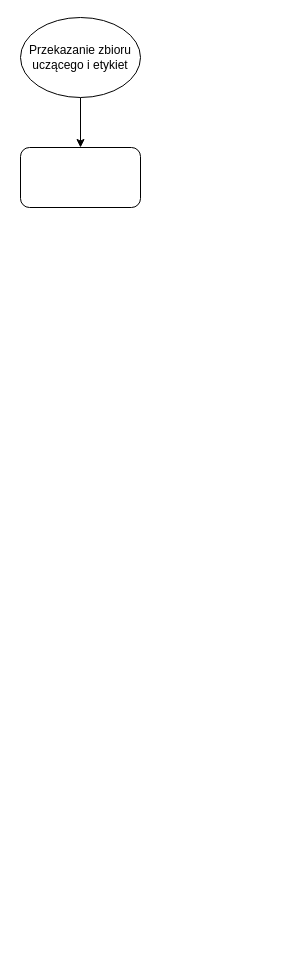
Before: drawio/fit_realboostbins.drawio in lykoszczan/licence_plate_detector, a draw.io diagram. Source tidied: cells renumbered, new cells numbered last; positions are measured from the earlier drawing's top-left corner, leaving out a move shared by most shapes. Both pictures are drawn from the tidied source at 100%, with x=0, y=0 at pixel (20, 17).
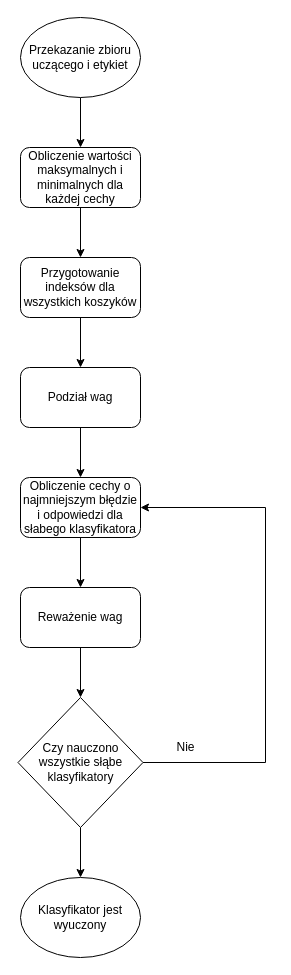
The same diagram, later.

Change to the diagram source:
```diff
@@
+    <mxCell id="5" style="edgeStyle=orthogonalEdgeStyle;rounded=0;jettySize=auto;html=1;exitX=0.5;exitY=1;exitDx=0;exitDy=0;entryX=0.5;entryY=0;entryDx=0;entryDy=0;" parent="1" edge="1" source="4" target="7">
+      <mxGeometry relative="1" as="geometry" />
+    </mxCell>
-    <mxCell id="4" style="rounded=1;whiteSpace=wrap;html=1;" parent="1" vertex="1">
+    <mxCell id="4" value="Obliczenie wartości maksymalnych i minimalnych dla każdej cechy" style="rounded=1;whiteSpace=wrap;html=1;" parent="1" vertex="1">
       <mxGeometry y="130" width="120" height="60" as="geometry" />
     </mxCell>
+    <mxCell id="6" style="edgeStyle=orthogonalEdgeStyle;rounded=0;jettySize=auto;html=1;exitX=0.5;exitY=1;exitDx=0;exitDy=0;entryX=0.5;entryY=0;entryDx=0;entryDy=0;" parent="1" edge="1" source="7" target="9">
+      <mxGeometry relative="1" as="geometry" />
+    </mxCell>
+    <mxCell id="7" value="Przygotowanie indeksów dla wszystkich koszyków" style="rounded=1;whiteSpace=wrap;html=1;" parent="1" vertex="1">
+      <mxGeometry y="240" width="120" height="60" as="geometry" />
+    </mxCell>
+    <mxCell id="8" style="edgeStyle=orthogonalEdgeStyle;rounded=0;jettySize=auto;html=1;exitX=0.5;exitY=1;exitDx=0;exitDy=0;entryX=0.5;entryY=0;entryDx=0;entryDy=0;" parent="1" edge="1" source="9" target="11">
+      <mxGeometry relative="1" as="geometry" />
+    </mxCell>
+    <mxCell id="9" value="Podział wag" style="rounded=1;whiteSpace=wrap;html=1;" parent="1" vertex="1">
+      <mxGeometry y="350" width="120" height="60" as="geometry" />
+    </mxCell>
+    <mxCell id="10" style="edgeStyle=orthogonalEdgeStyle;rounded=0;jettySize=auto;html=1;exitX=0.5;exitY=1;exitDx=0;exitDy=0;" parent="1" edge="1" source="11" target="16">
+      <mxGeometry relative="1" as="geometry" />
+    </mxCell>
+    <mxCell id="11" value="Obliczenie cechy o najmniejszym błędzie i odpowiedzi dla słabego klasyfikatora" style="rounded=1;whiteSpace=wrap;html=1;" parent="1" vertex="1">
+      <mxGeometry y="460" width="120" height="60" as="geometry" />
+    </mxCell>
+    <mxCell id="12" style="edgeStyle=orthogonalEdgeStyle;rounded=0;jettySize=auto;html=1;exitX=1;exitY=0.5;exitDx=0;exitDy=0;entryX=1;entryY=0.5;entryDx=0;entryDy=0;" parent="1" edge="1" source="14" target="11">
+      <mxGeometry relative="1" as="geometry">
+        <Array as="points">
+          <mxPoint x="245" y="745" />
+          <mxPoint x="245" y="490" />
+        </Array>
+      </mxGeometry>
+    </mxCell>
+    <mxCell id="13" style="edgeStyle=orthogonalEdgeStyle;rounded=0;jettySize=auto;html=1;exitX=0.5;exitY=1;exitDx=0;exitDy=0;entryX=0.5;entryY=0;entryDx=0;entryDy=0;" parent="1" edge="1" source="14" target="18">
+      <mxGeometry relative="1" as="geometry" />
+    </mxCell>
+    <mxCell id="14" value="Czy nauczono wszystkie słąbe klasyfikatory" style="rhombus;whiteSpace=wrap;html=1;" parent="1" vertex="1">
+      <mxGeometry x="-2.5" y="680" width="125" height="130" as="geometry" />
+    </mxCell>
+    <mxCell id="15" style="edgeStyle=orthogonalEdgeStyle;rounded=0;jettySize=auto;html=1;exitX=0.5;exitY=1;exitDx=0;exitDy=0;entryX=0.5;entryY=0;entryDx=0;entryDy=0;" parent="1" edge="1" source="16" target="14">
+      <mxGeometry relative="1" as="geometry" />
+    </mxCell>
+    <mxCell id="16" value="Reważenie wag" style="rounded=1;whiteSpace=wrap;html=1;" parent="1" vertex="1">
+      <mxGeometry y="570" width="120" height="60" as="geometry" />
+    </mxCell>
+    <mxCell id="17" value="Nie" style="text;html=1;align=center;verticalAlign=middle;strokeColor=none;fillColor=none;" parent="1" vertex="1">
+      <mxGeometry x="145" y="715" width="40" height="30" as="geometry" />
+    </mxCell>
+    <mxCell id="18" value="Klasyfikator jest wyuczony" style="ellipse;whiteSpace=wrap;html=1;" parent="1" vertex="1">
+      <mxGeometry y="860" width="120" height="80" as="geometry" />
+    </mxCell>
```
